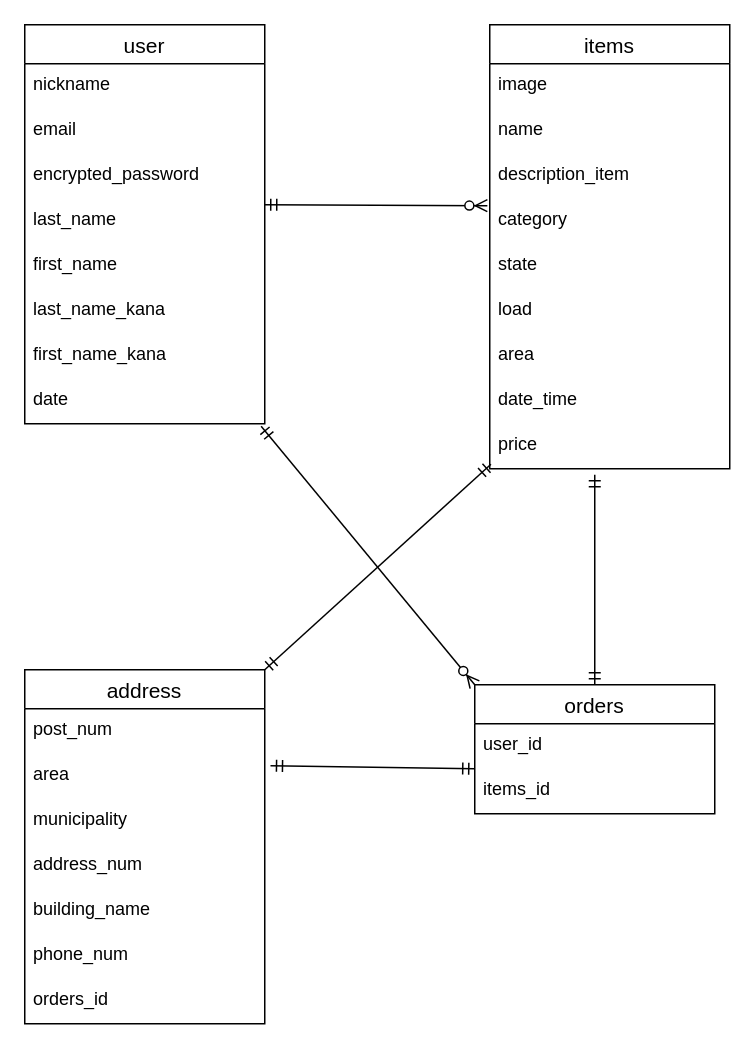
This is page "ページ1" (1 of 2) of furima.dio from yudai1019/furima-38170, a draw.io file, before an edit. Source tidied: cells renumbered, new cells numbered last; positions are measured from the earlier drawing's top-left corner, leaving out a move shared by most shapes. Both pictures are drawn from the tidied source at 150%, with x=0, y=0 at pixel (24, 24).
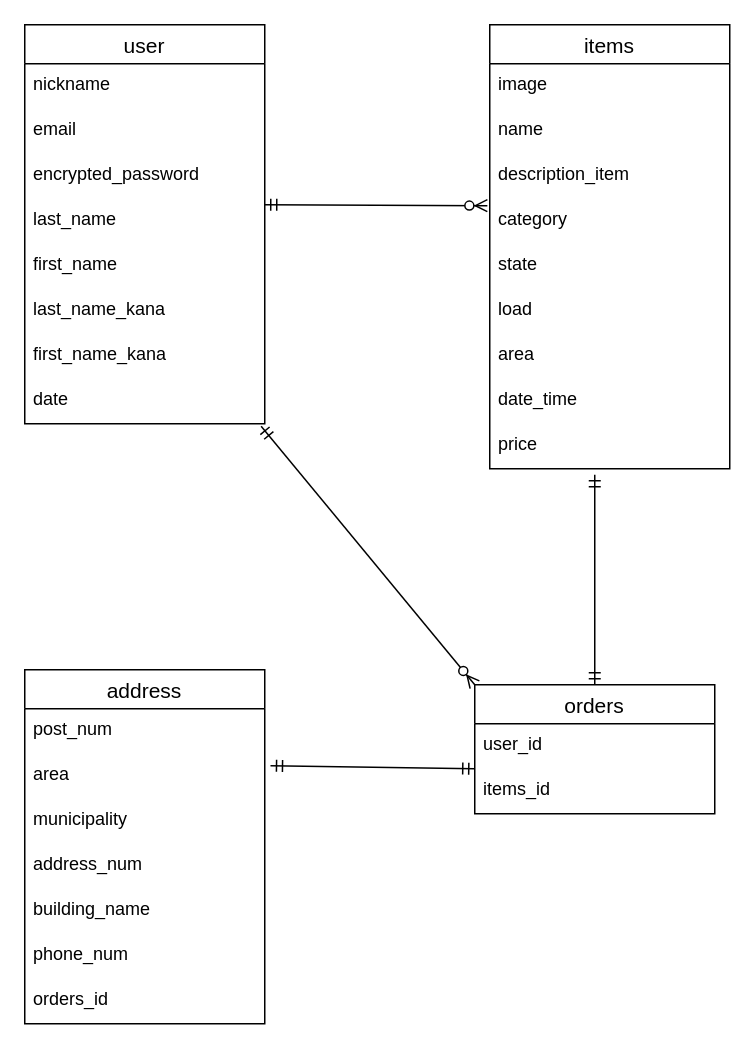
Above is the later version.

Commit message (it also covers changes not shown here):
テーブル設計

The change refers to these unchanged cells:
```xml
<mxCell id="24" value="price" style="text;strokeColor=none;fillColor=none;spacingLeft=4;spacingRight=4;overflow=hidden;points=[[0,0.5],[1,0.5]];portConstraint=eastwest;fontSize=12;" parent="15" vertex="1">
  <mxGeometry y="266" width="160" height="30" as="geometry" />
</mxCell>
<mxCell id="25" value="address" style="swimlane;fontStyle=0;horizontal=1;startSize=26;align=center;fontSize=14;" parent="1" vertex="1">
  <mxGeometry y="430" width="160" height="236" as="geometry" />
</mxCell>
```

What changed in the source:
```diff
@@
-    <mxCell id="33" style="fontSize=12;html=1;endArrow=ERmandOne;startArrow=ERmandOne;exitX=1;exitY=0;exitDx=0;exitDy=0;entryX=0.005;entryY=0.9;entryDx=0;entryDy=0;entryPerimeter=0;" parent="1" edge="1" source="25" target="24">
-      <mxGeometry relative="1" as="geometry" />
-    </mxCell>
```
